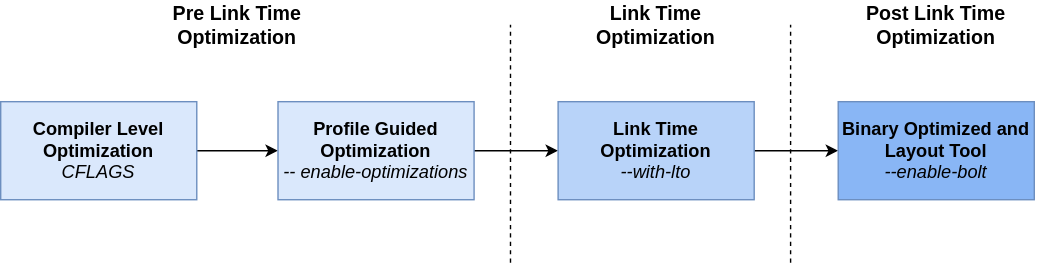
This is slides/media/optimizations.drawio.svg from Purecontrol/breizhcamp_bench_python_containers, a draw.io export, as it was before one commit. Source tidied: cells renumbered, new cells last; positions are measured from the earlier drawing's top-left corner, leaving out a move shared by most shapes.
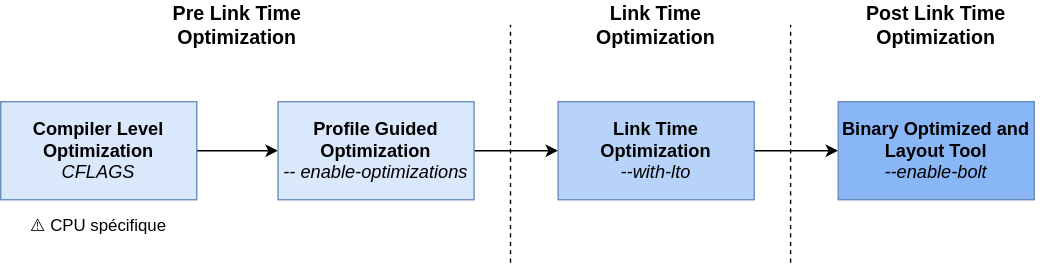
After the change.

Commit message:
docs: improve comments

What changed in the source:
```diff
@@ -44,5 +44,8 @@
         <mxPoint x="564" y="15" as="targetPoint" />
       </mxGeometry>
     </mxCell>
+    <mxCell id="14" value="⚠️ CPU spécifique" style="text;html=1;align=center;verticalAlign=middle;whiteSpace=wrap;rounded=0;" parent="1" vertex="1">
+      <mxGeometry y="144" width="140" height="30" as="geometry" />
+    </mxCell>
   </root>
 </mxGraphModel>
```
